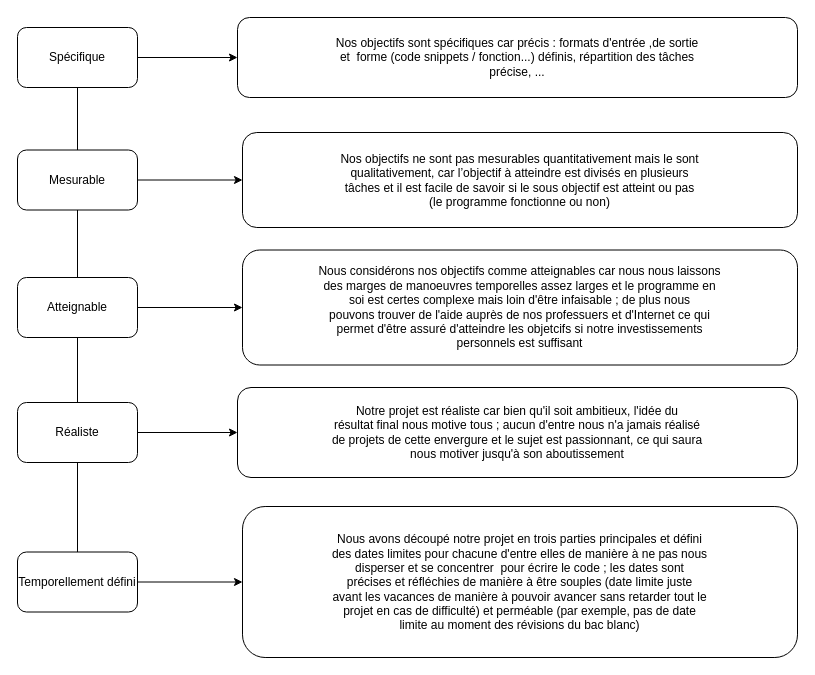
Earlier version of the draw.io diagram sprint_1/smart.drawio (loune20/isn-classification-bayesienne-naive). Source tidied: cells renumbered, new cells numbered last; positions are measured from the earlier drawing's top-left corner, leaving out a move shared by most shapes. Both pictures are drawn from the tidied source at 100%, with x=0, y=0 at pixel (17, 17).
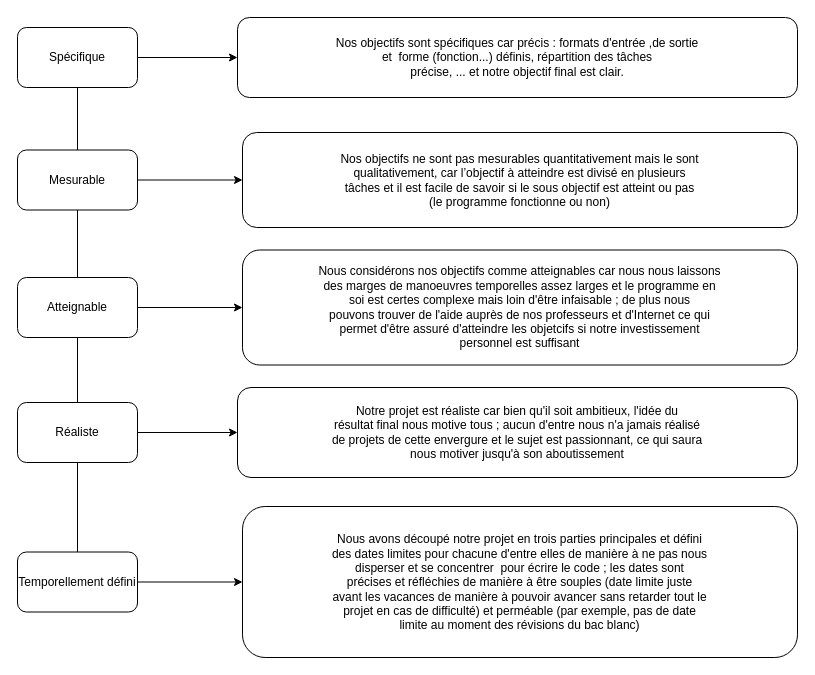
After the change.

Change to the diagram source:
```diff
@@
-    <mxCell id="16" value="Nos objectifs sont spécifiques car précis : formats d'entrée ,de sortie &lt;br/&gt;et&amp;nbsp; forme (code snippets / fonction...) définis, répartition des tâches &lt;br/&gt;précise, ..." style="rounded=1;whiteSpace=wrap;html=1;" parent="1" vertex="1">
+    <mxCell id="16" value="Nos objectifs sont spécifiques car précis : formats d'entrée ,de sortie &lt;br&gt;et&amp;nbsp; forme (fonction...) définis, répartition des tâches &lt;br&gt;précise, ... et notre objectif final est clair." style="rounded=1;whiteSpace=wrap;html=1;" parent="1" vertex="1">
       <mxGeometry x="220" width="560" height="80" as="geometry" />
     </mxCell>
-    <mxCell id="17" value="Nos objectifs ne sont pas mesurables quantitativement mais le sont &lt;br/&gt;qualitativement, car l’objectif à atteindre est divisés en plusieurs &lt;br/&gt;tâches et il est facile de savoir si le sous objectif est atteint ou pas&lt;br/&gt; (le programme fonctionne ou non)" style="rounded=1;whiteSpace=wrap;html=1;" parent="1" vertex="1">
+    <mxCell id="17" value="Nos objectifs ne sont pas mesurables quantitativement mais le sont &lt;br&gt;qualitativement, car l’objectif à atteindre est divisé en plusieurs &lt;br&gt;tâches et il est facile de savoir si le sous objectif est atteint ou pas&lt;br&gt; (le programme fonctionne ou non)" style="rounded=1;whiteSpace=wrap;html=1;" parent="1" vertex="1">
       <mxGeometry x="225" y="115" width="555" height="95" as="geometry" />
     </mxCell>
-    <mxCell id="18" value="Nous considérons nos objectifs comme atteignables car nous nous laissons&lt;br/&gt; des marges de manoeuvres temporelles assez larges et le programme en &lt;br/&gt;soi est certes complexe mais loin d'être infaisable ; de plus nous &lt;br/&gt;pouvons trouver de l'aide auprès de nos professuers et d'Internet ce qui&lt;br/&gt; permet d'être assuré d'atteindre les objetcifs si notre investissements&lt;br/&gt; personnels est suffisant" style="rounded=1;whiteSpace=wrap;html=1;" parent="1" vertex="1">
+    <mxCell id="18" value="Nous considérons nos objectifs comme atteignables car nous nous laissons&lt;br&gt; des marges de manoeuvres temporelles assez larges et le programme en &lt;br&gt;soi est certes complexe mais loin d'être infaisable ; de plus nous &lt;br&gt;pouvons trouver de l'aide auprès de nos professeurs et d'Internet ce qui&lt;br&gt; permet d'être assuré d'atteindre les objetcifs si notre investissement&lt;br&gt; personnel est suffisant" style="rounded=1;whiteSpace=wrap;html=1;" parent="1" vertex="1">
       <mxGeometry x="225" y="232.5" width="555" height="115" as="geometry" />
     </mxCell>
```
